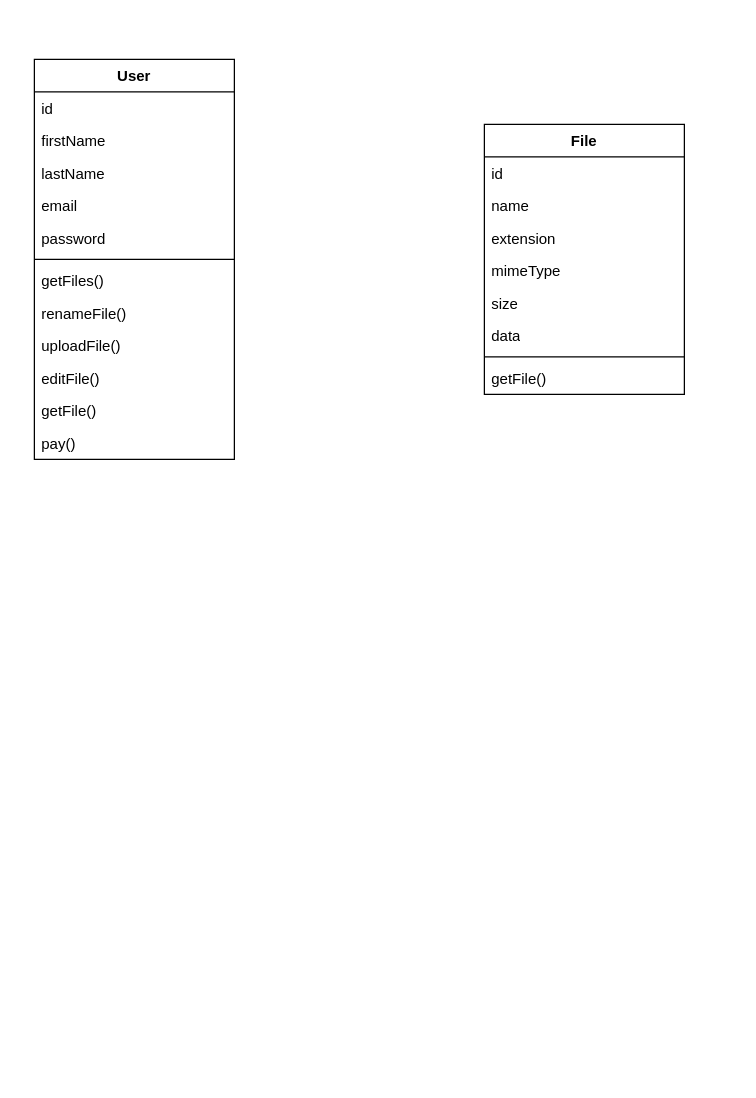
This is Диаграмма без названия.drawio from Yakser/drawio-diagrams, a draw.io file, before an edit. Source tidied: cells renumbered, new cells numbered last; positions are measured from the earlier drawing's top-left corner, leaving out a move shared by most shapes. Both pictures are drawn from the tidied source at 125%, with x=0, y=0 at pixel (34, 59).
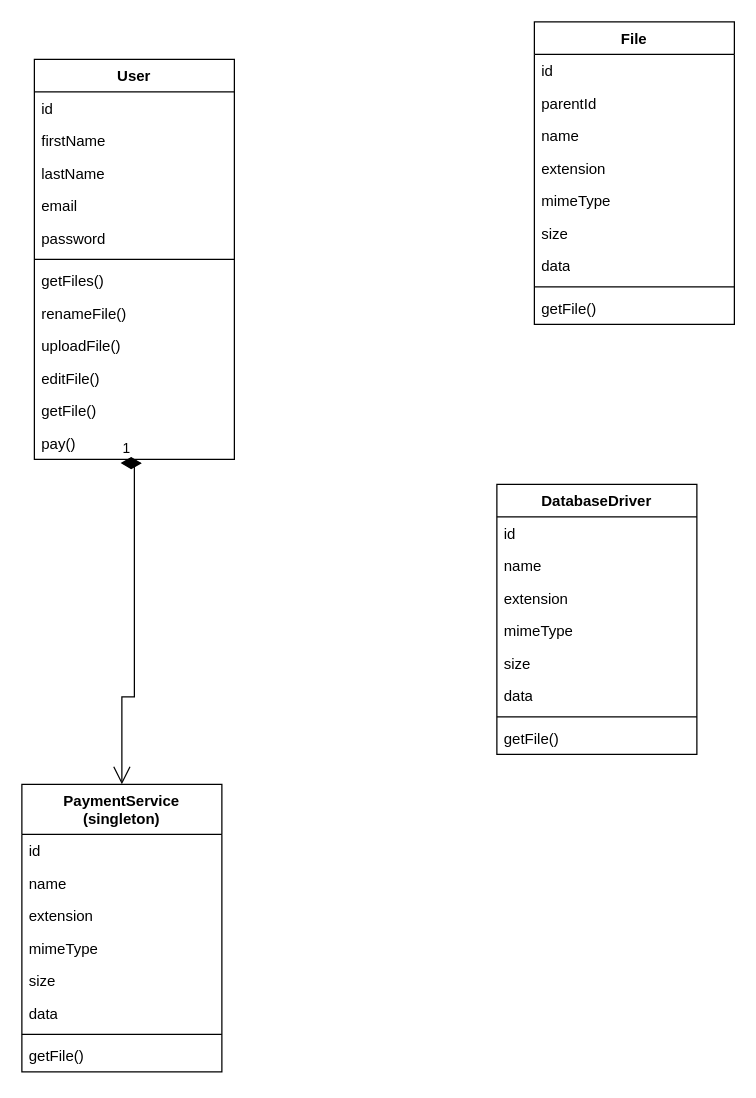
Above is the later version.

The change refers to these unchanged cells:
```xml
<mxCell id="14" value="pay()" style="text;strokeColor=none;fillColor=none;align=left;verticalAlign=top;spacingLeft=4;spacingRight=4;overflow=hidden;points=[[0,0.5],[1,0.5]];portConstraint=eastwest;whiteSpace=wrap;html=1;" parent="2" vertex="1">
  <mxGeometry y="294" width="160" height="26" as="geometry" />
</mxCell>
```

The edit, as a diff of the source:
```diff
@@
     <mxCell id="15" value="File" style="swimlane;fontStyle=1;align=center;verticalAlign=top;horizontal=1;startSize=26;whiteSpace=wrap;html=1;" parent="1" vertex="1">
-      <mxGeometry x="360" y="52" width="160" height="216" as="geometry" />
+      <mxGeometry x="400" y="-30" width="160" height="242" as="geometry" />
     </mxCell>
@@
+    <mxCell id="24" value="parentId" style="text;strokeColor=none;fillColor=none;align=left;verticalAlign=top;spacingLeft=4;spacingRight=4;overflow=hidden;whiteSpace=wrap;html=1;" parent="15" vertex="1">
+      <mxGeometry y="52" width="160" height="26" as="geometry" />
+    </mxCell>
     <mxCell id="17" value="name" style="text;strokeColor=none;fillColor=none;align=left;verticalAlign=top;spacingLeft=4;spacingRight=4;overflow=hidden;whiteSpace=wrap;html=1;" parent="15" vertex="1">
-      <mxGeometry y="52" width="160" height="26" as="geometry" />
+      <mxGeometry y="78" width="160" height="26" as="geometry" />
     </mxCell>
     <mxCell id="18" value="extension" style="text;strokeColor=none;fillColor=none;align=left;verticalAlign=top;spacingLeft=4;spacingRight=4;overflow=hidden;whiteSpace=wrap;html=1;" parent="15" vertex="1">
-      <mxGeometry y="78" width="160" height="26" as="geometry" />
+      <mxGeometry y="104" width="160" height="26" as="geometry" />
     </mxCell>
     <mxCell id="19" value="mimeType" style="text;strokeColor=none;fillColor=none;align=left;verticalAlign=top;spacingLeft=4;spacingRight=4;overflow=hidden;whiteSpace=wrap;html=1;" parent="15" vertex="1">
-      <mxGeometry y="104" width="160" height="26" as="geometry" />
+      <mxGeometry y="130" width="160" height="26" as="geometry" />
     </mxCell>
     <mxCell id="20" value="size" style="text;strokeColor=none;fillColor=none;align=left;verticalAlign=top;spacingLeft=4;spacingRight=4;overflow=hidden;whiteSpace=wrap;html=1;" parent="15" vertex="1">
-      <mxGeometry y="130" width="160" height="26" as="geometry" />
+      <mxGeometry y="156" width="160" height="26" as="geometry" />
     </mxCell>
     <mxCell id="21" value="data" style="text;strokeColor=none;fillColor=none;align=left;verticalAlign=top;spacingLeft=4;spacingRight=4;overflow=hidden;whiteSpace=wrap;html=1;" parent="15" vertex="1">
-      <mxGeometry y="156" width="160" height="26" as="geometry" />
+      <mxGeometry y="182" width="160" height="26" as="geometry" />
     </mxCell>
     <mxCell id="22" style="line;strokeWidth=1;fillColor=none;align=left;verticalAlign=middle;spacingTop=-1;spacingLeft=3;spacingRight=3;labelPosition=right;strokeColor=inherit;" parent="15" vertex="1">
-      <mxGeometry y="182" width="160" height="8" as="geometry" />
+      <mxGeometry y="208" width="160" height="8" as="geometry" />
     </mxCell>
     <mxCell id="23" value="getFile()" style="text;strokeColor=none;fillColor=none;align=left;verticalAlign=top;spacingLeft=4;spacingRight=4;overflow=hidden;whiteSpace=wrap;html=1;" parent="15" vertex="1">
-      <mxGeometry y="190" width="160" height="26" as="geometry" />
+      <mxGeometry y="216" width="160" height="26" as="geometry" />
     </mxCell>
+    <mxCell id="25" value="PaymentService&lt;br&gt;(singleton)" style="swimlane;fontStyle=1;align=center;verticalAlign=top;horizontal=1;startSize=40;whiteSpace=wrap;html=1;" parent="1" vertex="1">
+      <mxGeometry x="-10" y="580" width="160" height="230" as="geometry" />
+    </mxCell>
+    <mxCell id="26" value="id" style="text;strokeColor=none;fillColor=none;align=left;verticalAlign=top;spacingLeft=4;spacingRight=4;overflow=hidden;whiteSpace=wrap;html=1;" parent="25" vertex="1">
+      <mxGeometry y="40" width="160" height="26" as="geometry" />
+    </mxCell>
+    <mxCell id="27" value="name" style="text;strokeColor=none;fillColor=none;align=left;verticalAlign=top;spacingLeft=4;spacingRight=4;overflow=hidden;whiteSpace=wrap;html=1;" parent="25" vertex="1">
+      <mxGeometry y="66" width="160" height="26" as="geometry" />
+    </mxCell>
+    <mxCell id="28" value="extension" style="text;strokeColor=none;fillColor=none;align=left;verticalAlign=top;spacingLeft=4;spacingRight=4;overflow=hidden;whiteSpace=wrap;html=1;" parent="25" vertex="1">
+      <mxGeometry y="92" width="160" height="26" as="geometry" />
+    </mxCell>
+    <mxCell id="29" value="mimeType" style="text;strokeColor=none;fillColor=none;align=left;verticalAlign=top;spacingLeft=4;spacingRight=4;overflow=hidden;whiteSpace=wrap;html=1;" parent="25" vertex="1">
+      <mxGeometry y="118" width="160" height="26" as="geometry" />
+    </mxCell>
+    <mxCell id="30" value="size" style="text;strokeColor=none;fillColor=none;align=left;verticalAlign=top;spacingLeft=4;spacingRight=4;overflow=hidden;whiteSpace=wrap;html=1;" parent="25" vertex="1">
+      <mxGeometry y="144" width="160" height="26" as="geometry" />
+    </mxCell>
+    <mxCell id="31" value="data" style="text;strokeColor=none;fillColor=none;align=left;verticalAlign=top;spacingLeft=4;spacingRight=4;overflow=hidden;whiteSpace=wrap;html=1;" parent="25" vertex="1">
+      <mxGeometry y="170" width="160" height="26" as="geometry" />
+    </mxCell>
+    <mxCell id="32" style="line;strokeWidth=1;fillColor=none;align=left;verticalAlign=middle;spacingTop=-1;spacingLeft=3;spacingRight=3;labelPosition=right;strokeColor=inherit;" parent="25" vertex="1">
+      <mxGeometry y="196" width="160" height="8" as="geometry" />
+    </mxCell>
+    <mxCell id="33" value="getFile()" style="text;strokeColor=none;fillColor=none;align=left;verticalAlign=top;spacingLeft=4;spacingRight=4;overflow=hidden;whiteSpace=wrap;html=1;" parent="25" vertex="1">
+      <mxGeometry y="204" width="160" height="26" as="geometry" />
+    </mxCell>
+    <mxCell id="34" value="1" style="endArrow=open;html=1;endSize=12;startArrow=diamondThin;startSize=14;startFill=1;edgeStyle=orthogonalEdgeStyle;align=left;verticalAlign=bottom;rounded=0;exitX=0.431;exitY=1.115;exitDx=0;exitDy=0;exitPerimeter=0;entryX=0.5;entryY=0;entryDx=0;entryDy=0;" parent="1" edge="1" source="14" target="25">
+      <mxGeometry x="-1" y="3" relative="1" as="geometry">
+        <Array as="points">
+          <mxPoint x="80" y="323" />
+          <mxPoint x="80" y="510" />
+        </Array>
+      </mxGeometry>
+    </mxCell>
+    <mxCell id="35" value="DatabaseDriver" style="swimlane;fontStyle=1;align=center;verticalAlign=top;horizontal=1;startSize=26;whiteSpace=wrap;html=1;" parent="1" vertex="1">
+      <mxGeometry x="370" y="340" width="160" height="216" as="geometry" />
+    </mxCell>
+    <mxCell id="36" value="id" style="text;strokeColor=none;fillColor=none;align=left;verticalAlign=top;spacingLeft=4;spacingRight=4;overflow=hidden;whiteSpace=wrap;html=1;" parent="35" vertex="1">
+      <mxGeometry y="26" width="160" height="26" as="geometry" />
+    </mxCell>
+    <mxCell id="37" value="name" style="text;strokeColor=none;fillColor=none;align=left;verticalAlign=top;spacingLeft=4;spacingRight=4;overflow=hidden;whiteSpace=wrap;html=1;" parent="35" vertex="1">
+      <mxGeometry y="52" width="160" height="26" as="geometry" />
+    </mxCell>
+    <mxCell id="38" value="extension" style="text;strokeColor=none;fillColor=none;align=left;verticalAlign=top;spacingLeft=4;spacingRight=4;overflow=hidden;whiteSpace=wrap;html=1;" parent="35" vertex="1">
+      <mxGeometry y="78" width="160" height="26" as="geometry" />
+    </mxCell>
+    <mxCell id="39" value="mimeType" style="text;strokeColor=none;fillColor=none;align=left;verticalAlign=top;spacingLeft=4;spacingRight=4;overflow=hidden;whiteSpace=wrap;html=1;" parent="35" vertex="1">
+      <mxGeometry y="104" width="160" height="26" as="geometry" />
+    </mxCell>
+    <mxCell id="40" value="size" style="text;strokeColor=none;fillColor=none;align=left;verticalAlign=top;spacingLeft=4;spacingRight=4;overflow=hidden;whiteSpace=wrap;html=1;" parent="35" vertex="1">
+      <mxGeometry y="130" width="160" height="26" as="geometry" />
+    </mxCell>
+    <mxCell id="41" value="data" style="text;strokeColor=none;fillColor=none;align=left;verticalAlign=top;spacingLeft=4;spacingRight=4;overflow=hidden;whiteSpace=wrap;html=1;" parent="35" vertex="1">
+      <mxGeometry y="156" width="160" height="26" as="geometry" />
+    </mxCell>
+    <mxCell id="42" style="line;strokeWidth=1;fillColor=none;align=left;verticalAlign=middle;spacingTop=-1;spacingLeft=3;spacingRight=3;labelPosition=right;strokeColor=inherit;" parent="35" vertex="1">
+      <mxGeometry y="182" width="160" height="8" as="geometry" />
+    </mxCell>
+    <mxCell id="43" value="getFile()" style="text;strokeColor=none;fillColor=none;align=left;verticalAlign=top;spacingLeft=4;spacingRight=4;overflow=hidden;whiteSpace=wrap;html=1;" parent="35" vertex="1">
+      <mxGeometry y="190" width="160" height="26" as="geometry" />
+    </mxCell>
```
